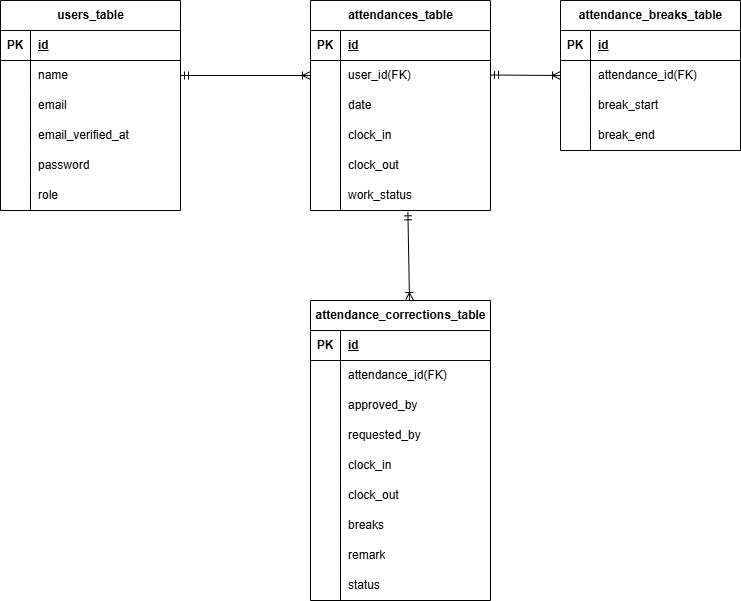
yo003002/time-and-management-system keeps this draw.io diagram as src/time-and-attendance-management-system.png. Above is the earlier version. Source tidied: cells renumbered, new cells last; positions are measured from the earlier drawing's top-left corner, leaving out a move shared by most shapes.
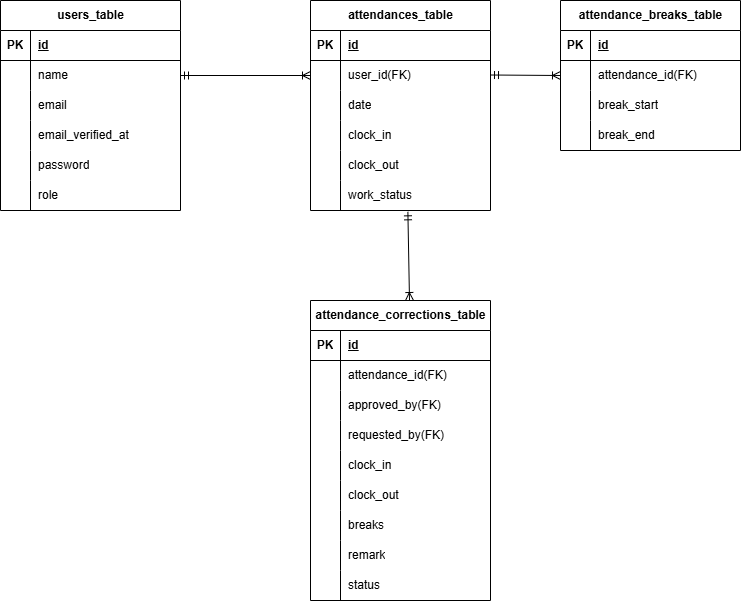
The same diagram one commit later.

The edit, as a diff of the source:
```diff
@@ -182,7 +182,7 @@
     <mxCell id="61" style="shape=partialRectangle;fillColor=none;top=0;left=0;bottom=0;right=0;overflow=hidden;whiteSpace=wrap;html=1;" parent="60" vertex="1">
       <mxGeometry width="30" height="30" as="geometry" />
     </mxCell>
-    <mxCell id="62" value="approved_by" style="shape=partialRectangle;fillColor=none;top=0;left=0;bottom=0;right=0;align=left;spacingLeft=6;overflow=hidden;whiteSpace=wrap;html=1;" parent="60" vertex="1">
+    <mxCell id="62" value="approved_by&lt;span style=&quot;color: rgb(0, 0, 0);&quot;&gt;(FK)&lt;/span&gt;" style="shape=partialRectangle;fillColor=none;top=0;left=0;bottom=0;right=0;align=left;spacingLeft=6;overflow=hidden;whiteSpace=wrap;html=1;" parent="60" vertex="1">
       <mxGeometry x="30" width="150" height="30" as="geometry" />
     </mxCell>
     <mxCell id="63" style="shape=tableRow;horizontal=0;startSize=0;swimlaneHead=0;swimlaneBody=0;fillColor=none;top=0;left=0;right=0;bottom=0;" parent="53" vertex="1">
@@ -191,7 +191,7 @@
     <mxCell id="64" style="shape=partialRectangle;fillColor=none;top=0;left=0;bottom=0;right=0;overflow=hidden;whiteSpace=wrap;html=1;" parent="63" vertex="1">
       <mxGeometry width="30" height="30" as="geometry" />
     </mxCell>
-    <mxCell id="65" value="requested_by" style="shape=partialRectangle;fillColor=none;top=0;left=0;bottom=0;right=0;align=left;spacingLeft=6;overflow=hidden;whiteSpace=wrap;html=1;" parent="63" vertex="1">
+    <mxCell id="65" value="requested_by&lt;span style=&quot;color: rgb(0, 0, 0);&quot;&gt;(FK)&lt;/span&gt;" style="shape=partialRectangle;fillColor=none;top=0;left=0;bottom=0;right=0;align=left;spacingLeft=6;overflow=hidden;whiteSpace=wrap;html=1;" parent="63" vertex="1">
       <mxGeometry x="30" width="150" height="30" as="geometry" />
     </mxCell>
     <mxCell id="66" style="shape=tableRow;horizontal=0;startSize=0;swimlaneHead=0;swimlaneBody=0;fillColor=none;top=0;left=0;right=0;bottom=0;" parent="53" vertex="1">
```
